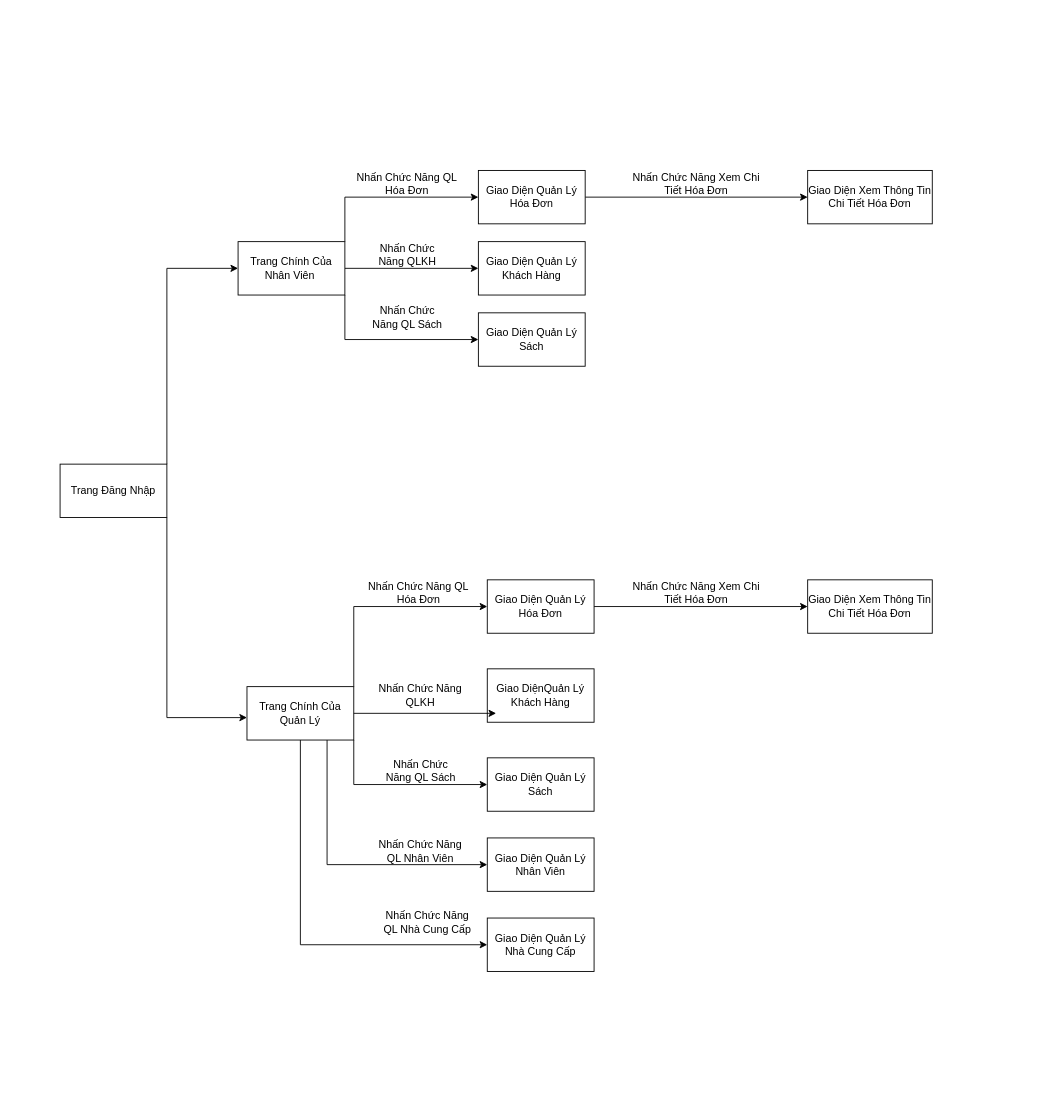
Earlier version of the draw.io diagram LuongGiaoDien.drawio (NgocHai0611/GUI_PTUD). Source tidied: cells renumbered, new cells numbered last; positions are measured from the earlier drawing's top-left corner, leaving out a move shared by most shapes. Both pictures are drawn from the tidied source at 89%, with x=0, y=0 at pixel (60, 170).
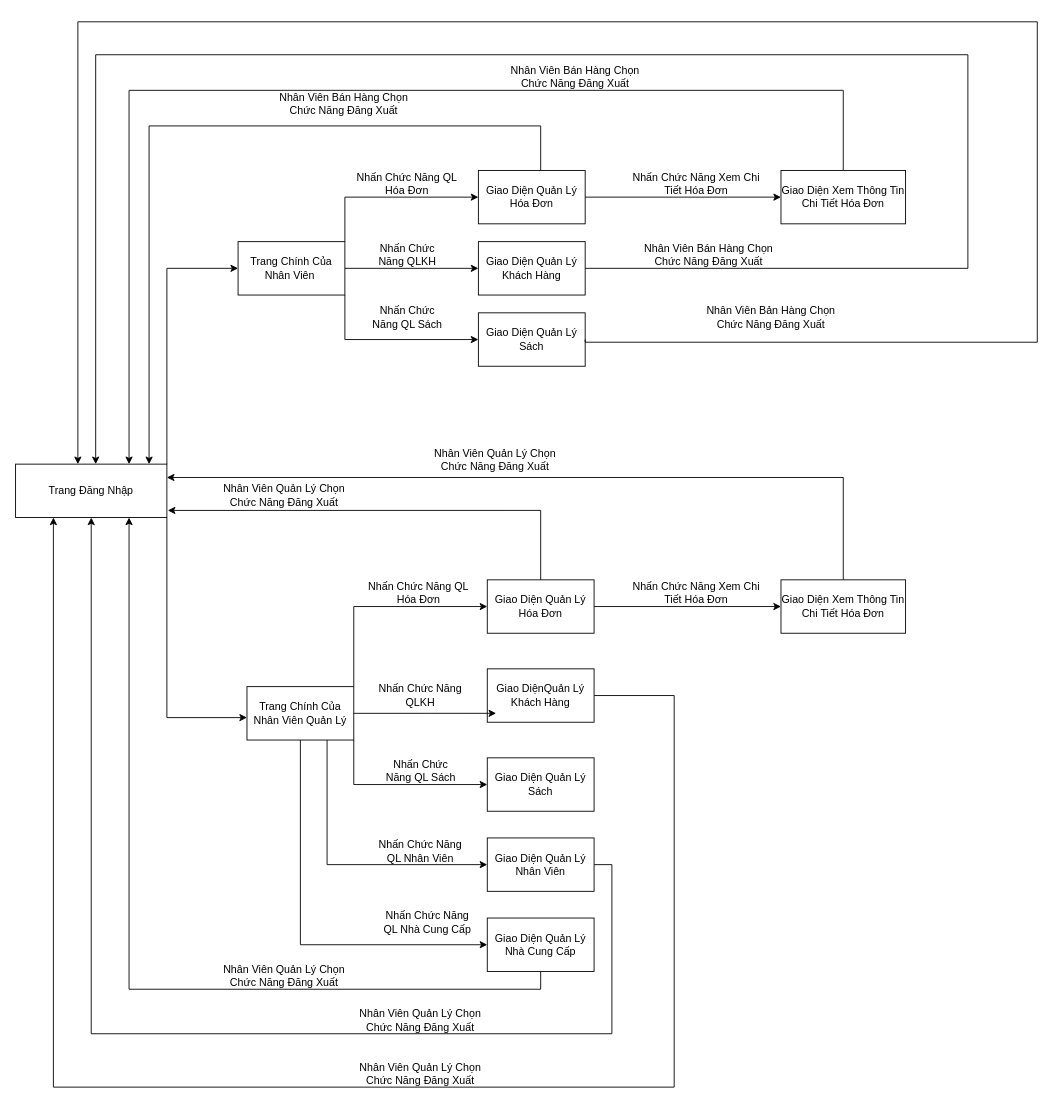
After the change.

The change refers to these unchanged cells:
```xml
<mxCell id="17" value="Giao Diện Quản Lý Sách" style="rounded=0;whiteSpace=wrap;html=1;" parent="1" vertex="1">
  <mxGeometry x="470" y="160" width="120" height="60" as="geometry" />
</mxCell>
<mxCell id="19" value="Giao Diện Quản Lý Hóa Đơn" style="rounded=0;whiteSpace=wrap;html=1;" parent="1" vertex="1">
  <mxGeometry x="480" y="460" width="120" height="60" as="geometry" />
</mxCell>
<mxCell id="20" value="Giao DiệnQuản Lý Khách Hàng" style="rounded=0;whiteSpace=wrap;html=1;" parent="1" vertex="1">
  <mxGeometry x="480" y="560" width="120" height="60" as="geometry" />
</mxCell>
<mxCell id="22" value="Giao Diện Quản Lý Nhân Viên" style="rounded=0;whiteSpace=wrap;html=1;" parent="1" vertex="1">
  <mxGeometry x="480" y="750" width="120" height="60" as="geometry" />
</mxCell>
<mxCell id="23" value="Giao Diện Quản Lý Nhà Cung Cấp" style="rounded=0;whiteSpace=wrap;html=1;" parent="1" vertex="1">
  <mxGeometry x="480" y="840" width="120" height="60" as="geometry" />
</mxCell>
```

Diff of the diagram source:
```diff
@@
     <mxCell id="3" value="Trang Đăng Nhập" style="rounded=0;whiteSpace=wrap;html=1;" parent="1" vertex="1">
-      <mxGeometry y="330" width="120" height="60" as="geometry" />
+      <mxGeometry x="-50" y="330" width="170" height="60" as="geometry" />
     </mxCell>
@@
-    <mxCell id="12" value="Trang Chính Của Quản Lý&lt;br&gt;" style="rounded=0;whiteSpace=wrap;html=1;" parent="1" vertex="1">
+    <mxCell id="12" value="Trang Chính Của Nhân Viên Quản Lý" style="rounded=0;whiteSpace=wrap;html=1;" parent="1" vertex="1">
       <mxGeometry x="210" y="580" width="120" height="60" as="geometry" />
     </mxCell>
@@
+    <mxCell id="37" style="edgeStyle=orthogonalEdgeStyle;rounded=0;orthogonalLoop=1;jettySize=auto;html=1;exitX=0.5;exitY=0;exitDx=0;exitDy=0;entryX=0.75;entryY=0;entryDx=0;entryDy=0;" parent="1" edge="1">
+      <mxGeometry relative="1" as="geometry">
+        <mxPoint x="540" as="sourcePoint" />
+        <mxPoint x="100" y="330" as="targetPoint" />
+        <Array as="points">
+          <mxPoint x="540" y="-50" />
+          <mxPoint x="100" y="-50" />
+        </Array>
+      </mxGeometry>
+    </mxCell>
@@
+    <mxCell id="38" style="edgeStyle=orthogonalEdgeStyle;rounded=0;orthogonalLoop=1;jettySize=auto;html=1;exitX=1;exitY=0.5;exitDx=0;exitDy=0;" parent="1" edge="1">
+      <mxGeometry relative="1" as="geometry">
+        <mxPoint x="570" y="110" as="sourcePoint" />
+        <mxPoint x="40" y="330" as="targetPoint" />
+        <Array as="points">
+          <mxPoint x="1020" y="110" />
+          <mxPoint x="1020" y="-130" />
+          <mxPoint x="40" y="-130" />
+        </Array>
+      </mxGeometry>
+    </mxCell>
@@
+    <mxCell id="39" style="edgeStyle=orthogonalEdgeStyle;rounded=0;jettySize=auto;html=1;exitX=1;exitY=0.5;exitDx=0;exitDy=0;entryX=0.25;entryY=1;entryDx=0;entryDy=0;" parent="1" edge="1" source="20" target="3">
+      <mxGeometry relative="1" as="geometry">
+        <Array as="points">
+          <mxPoint x="690" y="590" />
+          <mxPoint x="690" y="1030" />
+          <mxPoint x="-7" y="1030" />
+        </Array>
+      </mxGeometry>
+    </mxCell>
@@
+    <mxCell id="40" style="edgeStyle=orthogonalEdgeStyle;rounded=0;jettySize=auto;html=1;exitX=1;exitY=0.5;exitDx=0;exitDy=0;entryX=0.5;entryY=1;entryDx=0;entryDy=0;" parent="1" edge="1" source="22" target="3">
+      <mxGeometry relative="1" as="geometry">
+        <Array as="points">
+          <mxPoint x="620" y="780" />
+          <mxPoint x="620" y="970" />
+          <mxPoint x="35" y="970" />
+        </Array>
+      </mxGeometry>
+    </mxCell>
@@
+    <mxCell id="41" style="edgeStyle=orthogonalEdgeStyle;rounded=0;jettySize=auto;html=1;exitX=0.5;exitY=1;exitDx=0;exitDy=0;entryX=0.75;entryY=1;entryDx=0;entryDy=0;" parent="1" edge="1" source="23" target="3">
+      <mxGeometry relative="1" as="geometry" />
+    </mxCell>
@@
+    <mxCell id="42" style="edgeStyle=orthogonalEdgeStyle;rounded=0;jettySize=auto;html=1;exitX=0.5;exitY=0;exitDx=0;exitDy=0;entryX=0.75;entryY=0;entryDx=0;entryDy=0;" parent="1" edge="1" source="33" target="3">
+      <mxGeometry relative="1" as="geometry">
+        <Array as="points">
+          <mxPoint x="880" y="-90" />
+          <mxPoint x="78" y="-90" />
+        </Array>
+      </mxGeometry>
+    </mxCell>
     <mxCell id="33" value="Giao Diện Xem Thông Tin Chi Tiết Hóa Đơn" style="rounded=0;whiteSpace=wrap;html=1;" parent="1" vertex="1">
-      <mxGeometry x="840" width="140" height="60" as="geometry" />
+      <mxGeometry x="810" width="140" height="60" as="geometry" />
     </mxCell>
@@
+    <mxCell id="43" style="edgeStyle=orthogonalEdgeStyle;rounded=0;jettySize=auto;html=1;exitX=0.5;exitY=0;exitDx=0;exitDy=0;entryX=1;entryY=0.25;entryDx=0;entryDy=0;" parent="1" edge="1" source="35" target="3">
+      <mxGeometry relative="1" as="geometry" />
+    </mxCell>
     <mxCell id="35" value="Giao Diện Xem Thông Tin Chi Tiết Hóa Đơn" style="rounded=0;whiteSpace=wrap;html=1;" parent="1" vertex="1">
-      <mxGeometry x="840" y="460" width="140" height="60" as="geometry" />
+      <mxGeometry x="810" y="460" width="140" height="60" as="geometry" />
     </mxCell>
@@
+    <mxCell id="44" style="edgeStyle=orthogonalEdgeStyle;rounded=0;jettySize=auto;html=1;entryX=0.35;entryY=-0.05;entryDx=0;entryDy=0;entryPerimeter=0;exitX=1;exitY=0.5;exitDx=0;exitDy=0;" parent="1" edge="1" source="17">
+      <mxGeometry relative="1" as="geometry">
+        <mxPoint x="20" y="330" as="targetPoint" />
+        <Array as="points">
+          <mxPoint x="590" y="193" />
+          <mxPoint x="1098" y="193" />
+          <mxPoint x="1098" y="-167" />
+          <mxPoint x="20" y="-167" />
+        </Array>
+      </mxGeometry>
+    </mxCell>
+    <mxCell id="45" value="Nhân Viên Quản Lý Chọn Chức Năng Đăng Xuất" style="text;html=1;strokeColor=none;fillColor=none;align=center;verticalAlign=middle;whiteSpace=wrap;rounded=0;" parent="1" vertex="1">
+      <mxGeometry x="410" y="310" width="157.5" height="30" as="geometry" />
+    </mxCell>
+    <mxCell id="46" value="Nhân Viên Quản Lý Chọn Chức Năng Đăng Xuất" style="text;html=1;strokeColor=none;fillColor=none;align=center;verticalAlign=middle;whiteSpace=wrap;rounded=0;" parent="1" vertex="1">
+      <mxGeometry x="172.5" y="350" width="157.5" height="30" as="geometry" />
+    </mxCell>
+    <mxCell id="47" style="edgeStyle=orthogonalEdgeStyle;rounded=0;jettySize=auto;html=1;exitX=0.5;exitY=0;exitDx=0;exitDy=0;entryX=1.006;entryY=0.867;entryDx=0;entryDy=0;entryPerimeter=0;" parent="1" edge="1" source="19" target="3">
+      <mxGeometry relative="1" as="geometry" />
+    </mxCell>
+    <mxCell id="48" value="Nhân Viên Quản Lý Chọn Chức Năng Đăng Xuất" style="text;html=1;strokeColor=none;fillColor=none;align=center;verticalAlign=middle;whiteSpace=wrap;rounded=0;" parent="1" vertex="1">
+      <mxGeometry x="172.5" y="890" width="157.5" height="30" as="geometry" />
+    </mxCell>
+    <mxCell id="49" value="Nhân Viên Quản Lý Chọn Chức Năng Đăng Xuất" style="text;html=1;strokeColor=none;fillColor=none;align=center;verticalAlign=middle;whiteSpace=wrap;rounded=0;" parent="1" vertex="1">
+      <mxGeometry x="326.2" y="940" width="157.5" height="30" as="geometry" />
+    </mxCell>
+    <mxCell id="50" value="Nhân Viên Quản Lý Chọn Chức Năng Đăng Xuất" style="text;html=1;strokeColor=none;fillColor=none;align=center;verticalAlign=middle;whiteSpace=wrap;rounded=0;" parent="1" vertex="1">
+      <mxGeometry x="326.2" y="1000" width="157.5" height="30" as="geometry" />
+    </mxCell>
+    <mxCell id="51" value="Nhân Viên Bản Hàng Chọn Chức Năng Đăng Xuất" style="text;html=1;strokeColor=none;fillColor=none;align=center;verticalAlign=middle;whiteSpace=wrap;rounded=0;" parent="1" vertex="1">
+      <mxGeometry x="720" y="150" width="157.5" height="30" as="geometry" />
+    </mxCell>
+    <mxCell id="52" value="Nhân Viên Bán Hàng Chọn Chức Năng Đăng Xuất" style="text;html=1;strokeColor=none;fillColor=none;align=center;verticalAlign=middle;whiteSpace=wrap;rounded=0;" parent="1" vertex="1">
+      <mxGeometry x="650" y="80" width="157.5" height="30" as="geometry" />
+    </mxCell>
+    <mxCell id="53" value="Nhân Viên Bán Hàng Chọn Chức Năng Đăng Xuất" style="text;html=1;strokeColor=none;fillColor=none;align=center;verticalAlign=middle;whiteSpace=wrap;rounded=0;" parent="1" vertex="1">
+      <mxGeometry x="240" y="-90" width="157.5" height="30" as="geometry" />
+    </mxCell>
+    <mxCell id="54" value="Nhân Viên Bán Hàng Chọn Chức Năng Đăng Xuất" style="text;html=1;strokeColor=none;fillColor=none;align=center;verticalAlign=middle;whiteSpace=wrap;rounded=0;" parent="1" vertex="1">
+      <mxGeometry x="500" y="-120" width="157.5" height="30" as="geometry" />
+    </mxCell>
```
